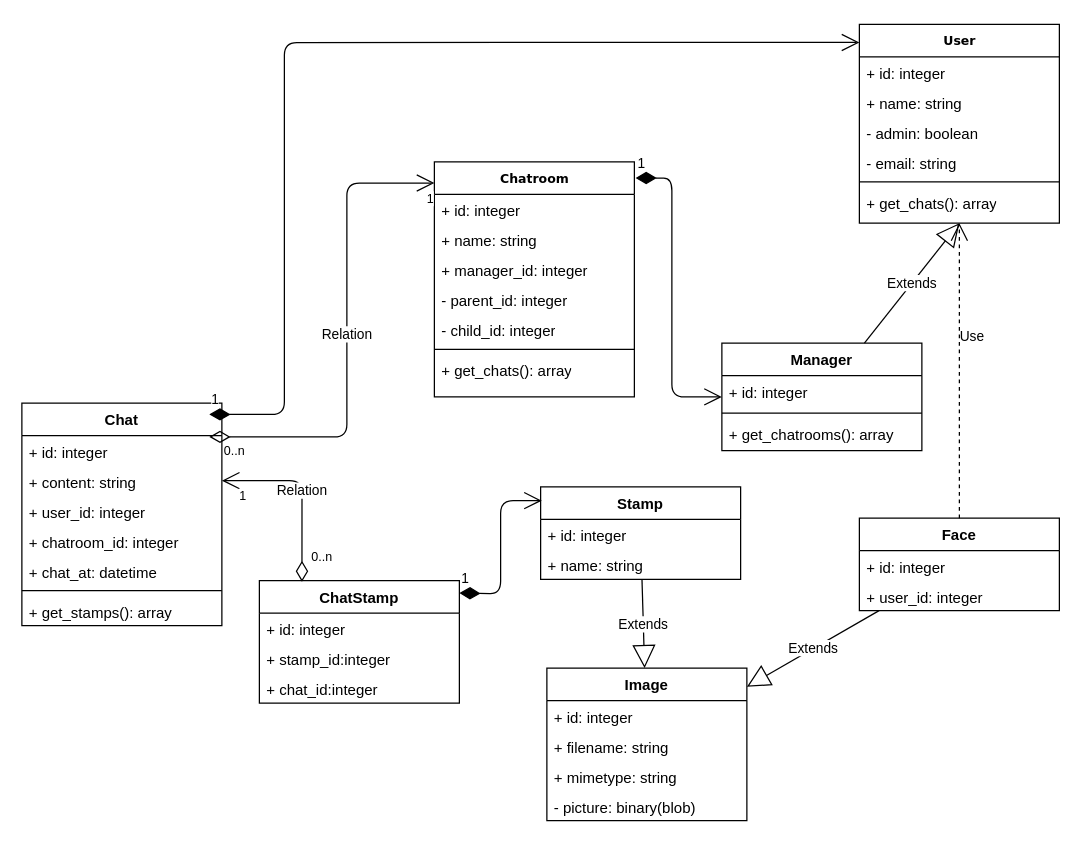
webdbhosei/muratter keeps this draw.io diagram as doc/tables/muratter.drawio. Above is the earlier version. Source tidied: cells renumbered, new cells numbered last; positions are measured from the earlier drawing's top-left corner, leaving out a move shared by most shapes. Both pictures are drawn from the tidied source at 125%, with x=0, y=0 at pixel (21, 24).
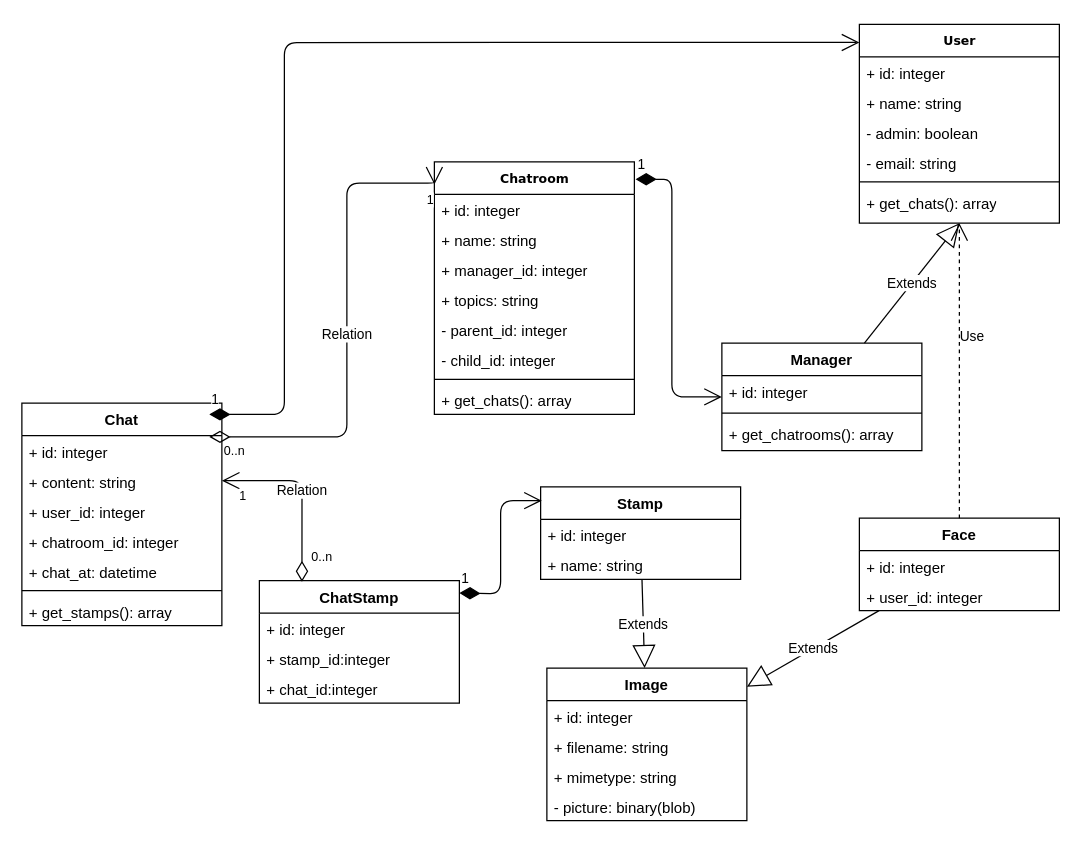
The same diagram, later.

Change to the diagram source:
```diff
@@
     <mxCell id="9" value="&lt;b&gt;Chatroom&lt;/b&gt;" style="swimlane;html=1;fontStyle=0;horizontal=1;startSize=26;fillColor=none;swimlaneFillColor=#ffffff;rounded=0;shadow=0;comic=0;labelBackgroundColor=none;strokeColor=#000000;strokeWidth=1;fontFamily=Verdana;fontSize=10;fontColor=#000000;align=center;" parent="1" vertex="1">
-      <mxGeometry x="330" y="110" width="160" height="188" as="geometry" />
+      <mxGeometry x="330" y="110" width="160" height="202" as="geometry" />
     </mxCell>
@@
+    <mxCell id="57" value="&lt;div&gt;+ topics: string&lt;/div&gt;" style="text;html=1;strokeColor=none;fillColor=none;align=left;verticalAlign=top;spacingLeft=4;spacingRight=4;whiteSpace=wrap;overflow=hidden;" parent="9" vertex="1">
+      <mxGeometry y="98" width="160" height="24" as="geometry" />
+    </mxCell>
     <mxCell id="13" value="- parent_id: integer" style="text;html=1;strokeColor=none;fillColor=none;align=left;verticalAlign=top;spacingLeft=4;spacingRight=4;whiteSpace=wrap;overflow=hidden;" parent="9" vertex="1">
-      <mxGeometry y="98" width="160" height="24" as="geometry" />
+      <mxGeometry y="122" width="160" height="24" as="geometry" />
     </mxCell>
     <mxCell id="14" value="&lt;div&gt;- child_id: integer&lt;/div&gt;" style="text;html=1;strokeColor=none;fillColor=none;align=left;verticalAlign=top;spacingLeft=4;spacingRight=4;whiteSpace=wrap;overflow=hidden;" parent="9" vertex="1">
-      <mxGeometry y="122" width="160" height="24" as="geometry" />
+      <mxGeometry y="146" width="160" height="24" as="geometry" />
     </mxCell>
     <mxCell id="15" style="line;strokeWidth=1;fillColor=none;align=left;verticalAlign=middle;spacingTop=-1;spacingLeft=3;spacingRight=3;labelPosition=right;" parent="9" vertex="1">
-      <mxGeometry y="146" width="160" height="8" as="geometry" />
+      <mxGeometry y="170" width="160" height="8" as="geometry" />
     </mxCell>
     <mxCell id="16" value="+ get_chats(): array" style="text;html=1;strokeColor=none;fillColor=none;align=left;verticalAlign=top;spacingLeft=4;spacingRight=4;whiteSpace=wrap;overflow=hidden;" parent="9" vertex="1">
-      <mxGeometry y="154" width="160" height="24" as="geometry" />
+      <mxGeometry y="178" width="160" height="24" as="geometry" />
     </mxCell>
```
